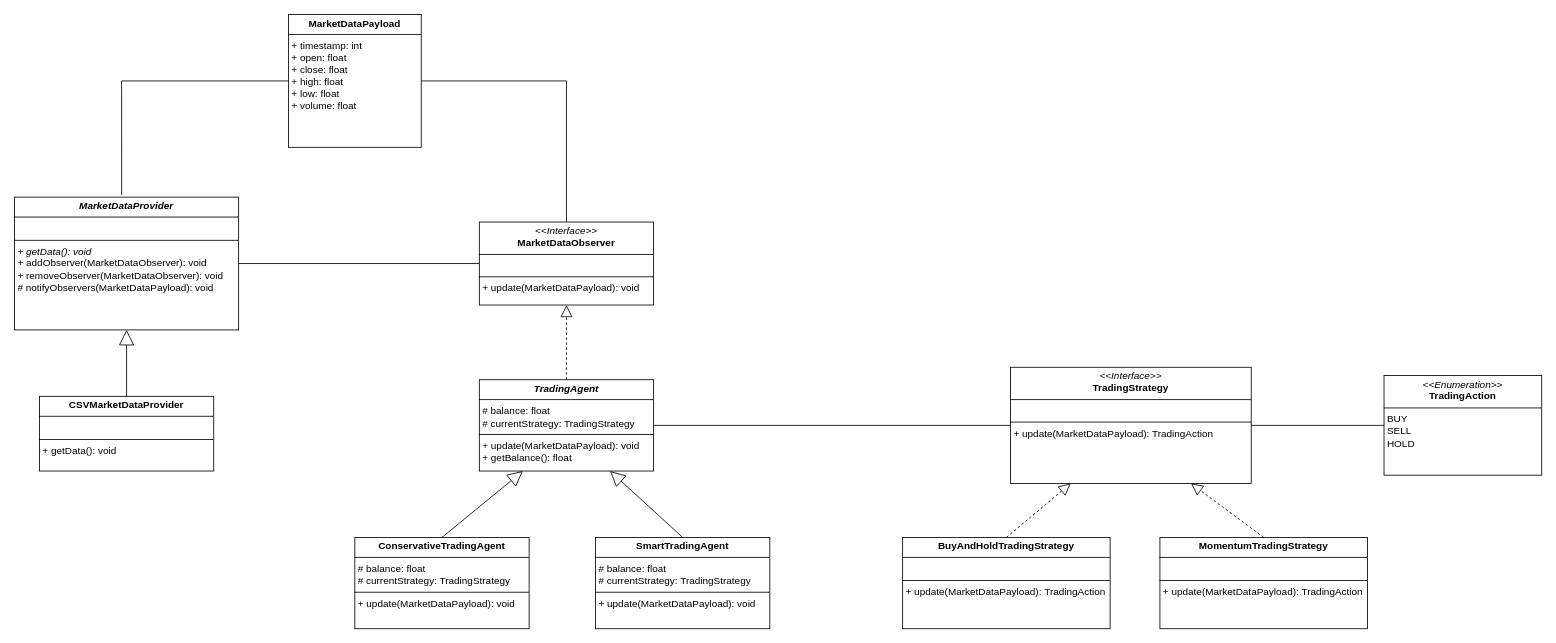
Filipeak/mini-hedge-fund keeps this draw.io diagram as assets/uml.drawio. Above is the earlier version. Source tidied: cells renumbered, new cells numbered last; positions are measured from the earlier drawing's top-left corner, leaving out a move shared by most shapes. Both pictures are drawn from the tidied source at 83%, with x=0, y=0 at pixel (14, 14).
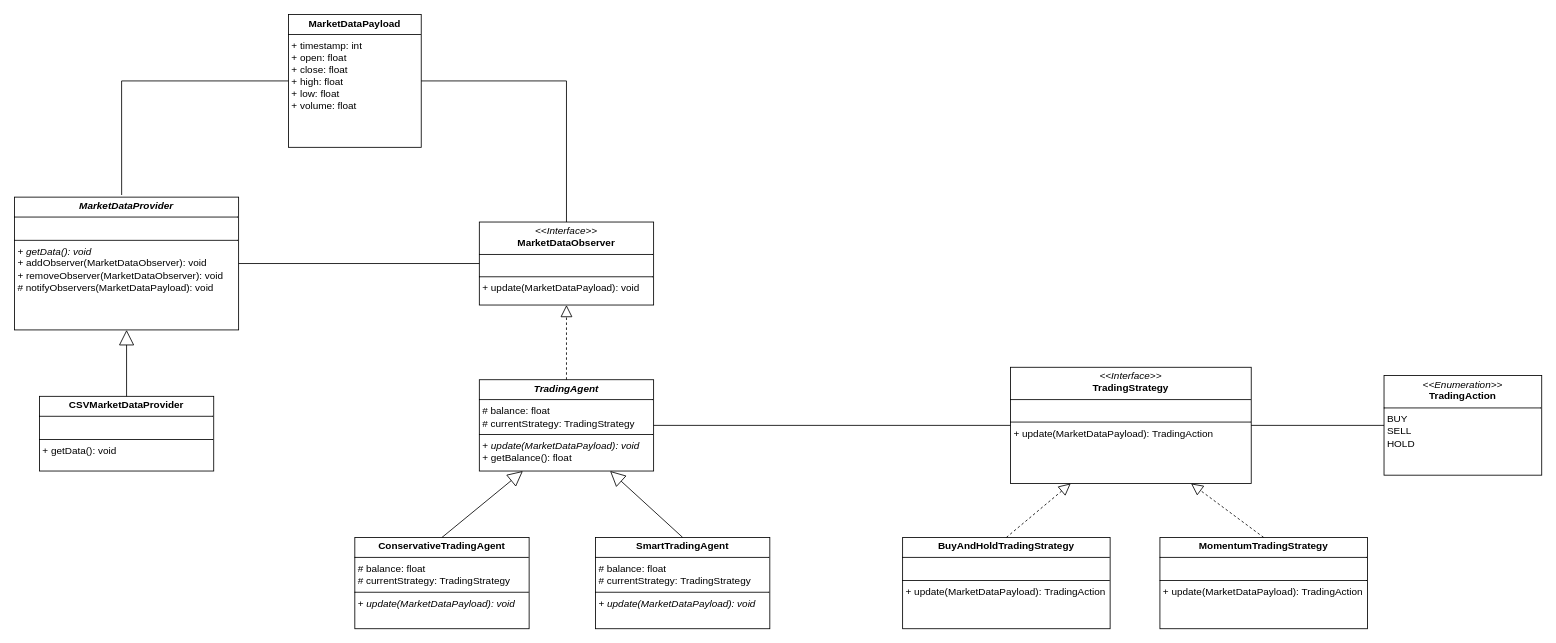
After the change.

Commit message (it also covers changes not shown here):
Fix UML diagram abstract class

Change to the diagram source:
```diff
@@
-    <mxCell id="6" value="&lt;p style=&quot;margin:0px;margin-top:4px;text-align:center;&quot;&gt;&lt;b&gt;&lt;i&gt;TradingAgent&lt;/i&gt;&lt;/b&gt;&lt;/p&gt;&lt;hr size=&quot;1&quot; style=&quot;border-style:solid;&quot;&gt;&lt;p style=&quot;margin:0px;margin-left:4px;&quot;&gt;# balance: float&lt;/p&gt;&lt;p style=&quot;margin:0px;margin-left:4px;&quot;&gt;# currentStrategy: TradingStrategy&lt;/p&gt;&lt;hr size=&quot;1&quot; style=&quot;border-style:solid;&quot;&gt;&lt;p style=&quot;margin:0px;margin-left:4px;&quot;&gt;+ update(MarketDataPayload): void&lt;br&gt;&lt;/p&gt;&lt;p style=&quot;margin:0px;margin-left:4px;&quot;&gt;+ getBalance(): float&lt;/p&gt;&lt;p style=&quot;margin:0px;margin-left:4px;&quot;&gt;&lt;br&gt;&lt;/p&gt;" style="verticalAlign=top;align=left;overflow=fill;html=1;whiteSpace=wrap;" parent="1" vertex="1">
+    <mxCell id="6" value="&lt;p style=&quot;margin:0px;margin-top:4px;text-align:center;&quot;&gt;&lt;b&gt;&lt;i&gt;TradingAgent&lt;/i&gt;&lt;/b&gt;&lt;/p&gt;&lt;hr size=&quot;1&quot; style=&quot;border-style:solid;&quot;&gt;&lt;p style=&quot;margin:0px;margin-left:4px;&quot;&gt;# balance: float&lt;/p&gt;&lt;p style=&quot;margin:0px;margin-left:4px;&quot;&gt;# currentStrategy: TradingStrategy&lt;/p&gt;&lt;hr size=&quot;1&quot; style=&quot;border-style:solid;&quot;&gt;&lt;p style=&quot;margin:0px;margin-left:4px;&quot;&gt;+ &lt;i&gt;update(MarketDataPayload): void&lt;/i&gt;&lt;br&gt;&lt;/p&gt;&lt;p style=&quot;margin:0px;margin-left:4px;&quot;&gt;+ getBalance(): float&lt;/p&gt;&lt;p style=&quot;margin:0px;margin-left:4px;&quot;&gt;&lt;br&gt;&lt;/p&gt;" style="verticalAlign=top;align=left;overflow=fill;html=1;whiteSpace=wrap;" parent="1" vertex="1">
       <mxGeometry x="560" y="440" width="210" height="110" as="geometry" />
     </mxCell>
@@
-    <mxCell id="8" value="&lt;p style=&quot;margin:0px;margin-top:4px;text-align:center;&quot;&gt;&lt;b&gt;ConservativeTradingAgent&lt;/b&gt;&lt;/p&gt;&lt;hr size=&quot;1&quot; style=&quot;border-style:solid;&quot;&gt;&lt;p style=&quot;margin:0px;margin-left:4px;&quot;&gt;# balance: float&lt;/p&gt;&lt;p style=&quot;margin:0px;margin-left:4px;&quot;&gt;# currentStrategy: TradingStrategy&lt;/p&gt;&lt;hr size=&quot;1&quot; style=&quot;border-style:solid;&quot;&gt;&lt;p style=&quot;margin:0px;margin-left:4px;&quot;&gt;+ update(MarketDataPayload): void&lt;br&gt;&lt;/p&gt;&lt;p style=&quot;margin:0px;margin-left:4px;&quot;&gt;&lt;br&gt;&lt;/p&gt;" style="verticalAlign=top;align=left;overflow=fill;html=1;whiteSpace=wrap;" parent="1" vertex="1">
+    <mxCell id="8" value="&lt;p style=&quot;margin:0px;margin-top:4px;text-align:center;&quot;&gt;&lt;b&gt;ConservativeTradingAgent&lt;/b&gt;&lt;/p&gt;&lt;hr size=&quot;1&quot; style=&quot;border-style:solid;&quot;&gt;&lt;p style=&quot;margin:0px;margin-left:4px;&quot;&gt;# balance: float&lt;/p&gt;&lt;p style=&quot;margin:0px;margin-left:4px;&quot;&gt;# currentStrategy: TradingStrategy&lt;/p&gt;&lt;hr size=&quot;1&quot; style=&quot;border-style:solid;&quot;&gt;&lt;p style=&quot;margin:0px;margin-left:4px;&quot;&gt;+ &lt;i&gt;update(MarketDataPayload): void&lt;/i&gt;&lt;br&gt;&lt;/p&gt;&lt;p style=&quot;margin:0px;margin-left:4px;&quot;&gt;&lt;br&gt;&lt;/p&gt;" style="verticalAlign=top;align=left;overflow=fill;html=1;whiteSpace=wrap;" parent="1" vertex="1">
       <mxGeometry x="410" y="630" width="210" height="110" as="geometry" />
     </mxCell>
-    <mxCell id="9" value="&lt;p style=&quot;margin:0px;margin-top:4px;text-align:center;&quot;&gt;&lt;b&gt;SmartTradingAgent&lt;/b&gt;&lt;/p&gt;&lt;hr size=&quot;1&quot; style=&quot;border-style:solid;&quot;&gt;&lt;p style=&quot;margin:0px;margin-left:4px;&quot;&gt;# balance: float&lt;/p&gt;&lt;p style=&quot;margin:0px;margin-left:4px;&quot;&gt;# currentStrategy: TradingStrategy&lt;/p&gt;&lt;hr size=&quot;1&quot; style=&quot;border-style:solid;&quot;&gt;&lt;p style=&quot;margin:0px;margin-left:4px;&quot;&gt;+ update(MarketDataPayload): void&lt;br&gt;&lt;/p&gt;&lt;p style=&quot;margin:0px;margin-left:4px;&quot;&gt;&lt;br&gt;&lt;/p&gt;" style="verticalAlign=top;align=left;overflow=fill;html=1;whiteSpace=wrap;" parent="1" vertex="1">
+    <mxCell id="9" value="&lt;p style=&quot;margin:0px;margin-top:4px;text-align:center;&quot;&gt;&lt;b&gt;SmartTradingAgent&lt;/b&gt;&lt;/p&gt;&lt;hr size=&quot;1&quot; style=&quot;border-style:solid;&quot;&gt;&lt;p style=&quot;margin:0px;margin-left:4px;&quot;&gt;# balance: float&lt;/p&gt;&lt;p style=&quot;margin:0px;margin-left:4px;&quot;&gt;# currentStrategy: TradingStrategy&lt;/p&gt;&lt;hr size=&quot;1&quot; style=&quot;border-style:solid;&quot;&gt;&lt;p style=&quot;margin:0px;margin-left:4px;&quot;&gt;+ &lt;i&gt;update(MarketDataPayload): void&lt;/i&gt;&lt;br&gt;&lt;/p&gt;&lt;p style=&quot;margin:0px;margin-left:4px;&quot;&gt;&lt;br&gt;&lt;/p&gt;" style="verticalAlign=top;align=left;overflow=fill;html=1;whiteSpace=wrap;" parent="1" vertex="1">
       <mxGeometry x="700" y="630" width="210" height="110" as="geometry" />
     </mxCell>
```
